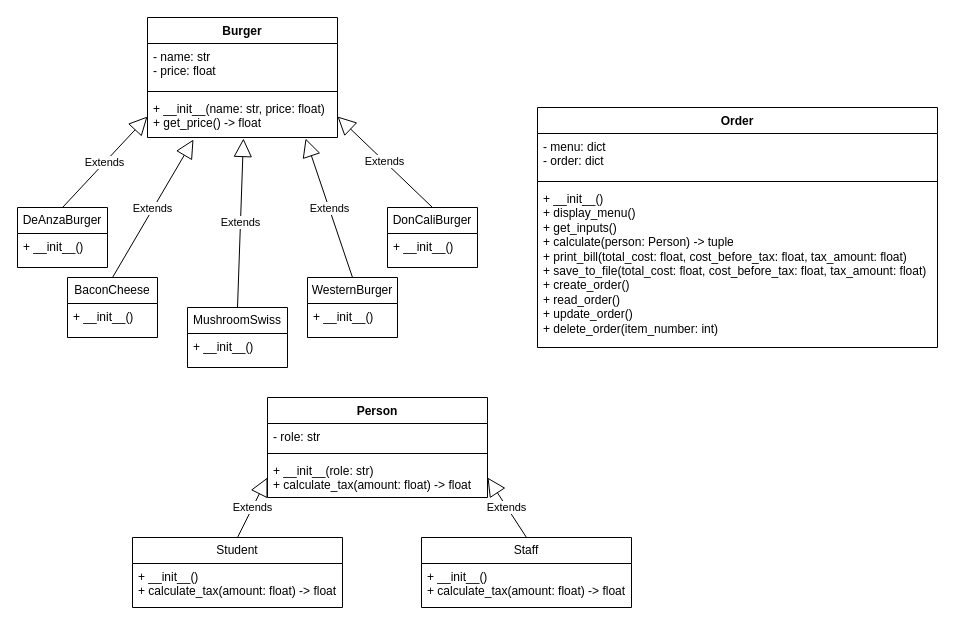
Earlier version of the draw.io diagram 未命名绘图.drawio (trista229/DSATeam1). Source tidied: cells renumbered, new cells numbered last; positions are measured from the earlier drawing's top-left corner, leaving out a move shared by most shapes. Both pictures are drawn from the tidied source at 100%, with x=0, y=0 at pixel (17, 17).
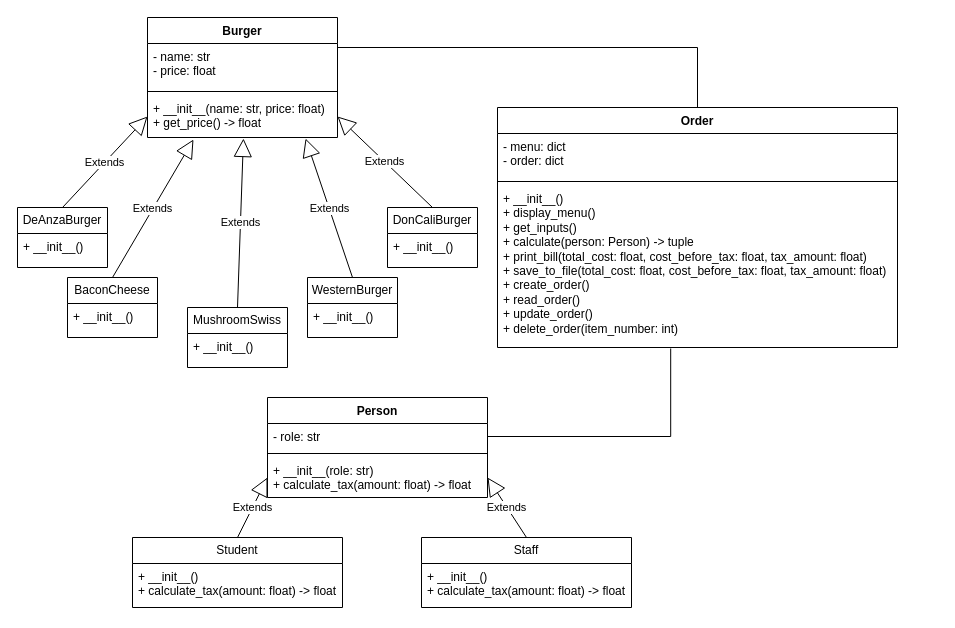
After the change.

Commit message:
更新未命名绘图.drawio

The change refers to these unchanged cells:
```xml
<mxCell id="2" value="Burger" style="swimlane;fontStyle=1;align=center;verticalAlign=top;horizontal=1;startSize=26;whiteSpace=wrap;html=1;" parent="1" vertex="1">
  <mxGeometry x="130" width="190" height="120" as="geometry" />
</mxCell>
<mxCell id="9" value="&lt;div&gt;+ __init__()&lt;/div&gt;&lt;div&gt;+ display_menu()&lt;/div&gt;&lt;div&gt;+ get_inputs()&lt;/div&gt;&lt;div&gt;+ calculate(person: Person) -&amp;gt; tuple&lt;/div&gt;&lt;div&gt;+ print_bill(total_cost: float, cost_before_tax: float, tax_amount: float)&lt;/div&gt;&lt;div&gt;+ save_to_file(total_cost: float, cost_before_tax: float, tax_amount: float)&lt;/div&gt;&lt;div&gt;+ create_order()&lt;/div&gt;&lt;div&gt;+ read_order()&lt;/div&gt;&lt;div&gt;+ update_order()&lt;/div&gt;&lt;div&gt;+ delete_order(item_number: int)&lt;/div&gt;" style="text;strokeColor=none;fillColor=none;align=left;verticalAlign=top;spacingLeft=4;spacingRight=4;overflow=hidden;points=[[0,0.5],[1,0.5]];portConstraint=eastwest;whiteSpace=wrap;html=1;" parent="6" vertex="1">
  <mxGeometry y="78" width="400" height="162" as="geometry" />
</mxCell>
<mxCell id="11" value="- role: str" style="text;strokeColor=none;fillColor=none;align=left;verticalAlign=top;spacingLeft=4;spacingRight=4;overflow=hidden;points=[[0,0.5],[1,0.5]];portConstraint=eastwest;whiteSpace=wrap;html=1;" parent="10" vertex="1">
  <mxGeometry y="26" width="220" height="26" as="geometry" />
</mxCell>
```

Diff of the diagram source:
```diff
@@
     <mxCell id="6" value="Order" style="swimlane;fontStyle=1;align=center;verticalAlign=top;horizontal=1;startSize=26;whiteSpace=wrap;html=1;" parent="1" vertex="1">
-      <mxGeometry x="520" y="90" width="400" height="240" as="geometry" />
+      <mxGeometry x="480" y="90" width="400" height="240" as="geometry" />
     </mxCell>
@@
+    <mxCell id="35" style="endArrow=none;html=1;edgeStyle=orthogonalEdgeStyle;rounded=0;exitX=1;exitY=0.25;exitDx=0;exitDy=0;entryX=0.5;entryY=0;entryDx=0;entryDy=0;" parent="1" edge="1" source="2" target="6">
+      <mxGeometry relative="1" as="geometry" />
+    </mxCell>
+    <mxCell id="36" style="endArrow=none;html=1;edgeStyle=orthogonalEdgeStyle;rounded=0;exitX=1;exitY=0.5;exitDx=0;exitDy=0;entryX=0.433;entryY=1.006;entryDx=0;entryDy=0;entryPerimeter=0;" parent="1" edge="1" source="11" target="9">
+      <mxGeometry relative="1" as="geometry" />
+    </mxCell>
```
